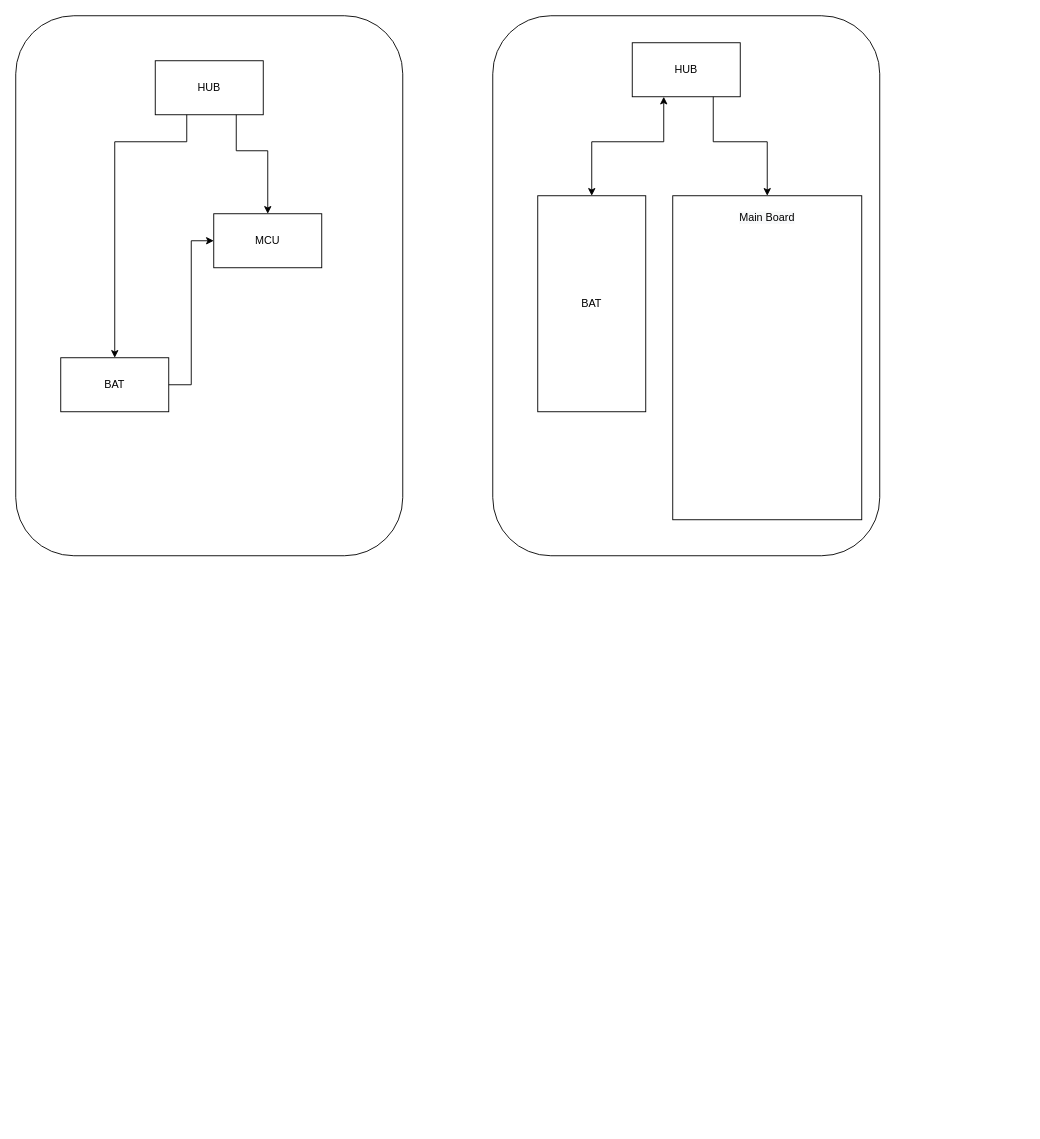
Above: MMKeyboard.drawio in XiaoLiuAI/diagrams (draw.io), before the change. Source tidied: cells renumbered, new cells numbered last; positions are measured from the earlier drawing's top-left corner, leaving out a move shared by most shapes. Both pictures are drawn from the tidied source at 90%, with x=0, y=0 at pixel (15, 15).
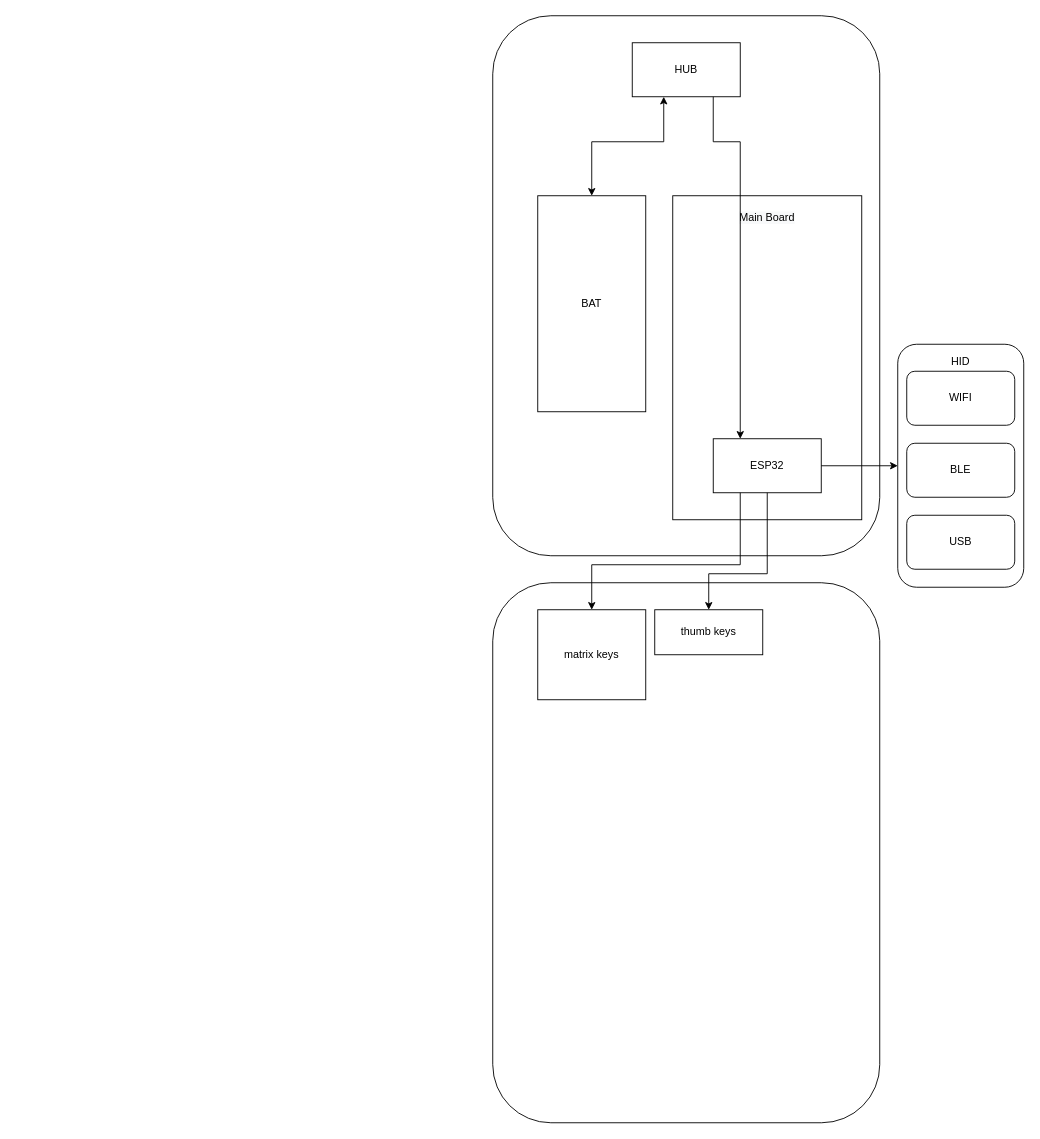
After the change.

Unchanged cells that the change refers to:
```xml
<mxCell id="11" value="HUB" style="rounded=0;whiteSpace=wrap;html=1;" parent="1" vertex="1">
  <mxGeometry x="685" y="30" width="120" height="60" as="geometry" />
</mxCell>
<mxCell id="14" style="group;" parent="1" vertex="1">
  <mxGeometry x="730" y="200" width="210" height="360" as="geometry" />
</mxCell>
<mxCell id="15" style="rounded=0;whiteSpace=wrap;html=1;" parent="14" vertex="1">
  <mxGeometry width="210" height="360" as="geometry" />
</mxCell>
```

Change to the diagram source:
```diff
@@
-    <mxCell id="2" style="rounded=1;whiteSpace=wrap;html=1;" parent="1" vertex="1">
-      <mxGeometry width="430" height="600" as="geometry" />
-    </mxCell>
-    <mxCell id="3" value="BAT" style="rounded=0;whiteSpace=wrap;html=1;" parent="1" vertex="1">
-      <mxGeometry x="50" y="380" width="120" height="60" as="geometry" />
-    </mxCell>
-    <mxCell id="4" value="HUB" style="rounded=0;whiteSpace=wrap;html=1;" parent="1" vertex="1">
-      <mxGeometry x="155" y="50" width="120" height="60" as="geometry" />
-    </mxCell>
-    <mxCell id="5" value="MCU" style="rounded=0;whiteSpace=wrap;html=1;" parent="1" vertex="1">
-      <mxGeometry x="220" y="220" width="120" height="60" as="geometry" />
-    </mxCell>
-    <mxCell id="6" style="edgeStyle=elbowEdgeStyle;elbow=vertical;endArrow=classic;html=1;rounded=0;" parent="1" edge="1" source="4" target="3">
-      <mxGeometry relative="1" as="geometry">
-        <Array as="points">
-          <mxPoint x="190" y="140" />
-        </Array>
-      </mxGeometry>
-    </mxCell>
-    <mxCell id="7" style="edgeStyle=elbowEdgeStyle;elbow=vertical;endArrow=classic;html=1;rounded=0;exitX=0.75;exitY=1;exitDx=0;exitDy=0;entryX=0.5;entryY=0;entryDx=0;entryDy=0;" parent="1" edge="1" source="4" target="5">
-      <mxGeometry relative="1" as="geometry">
-        <Array as="points">
-          <mxPoint x="200" y="150" />
-        </Array>
-      </mxGeometry>
-    </mxCell>
-    <mxCell id="8" style="edgeStyle=elbowEdgeStyle;elbow=horizontal;endArrow=classic;html=1;rounded=0;" parent="1" edge="1" source="3" target="5">
-      <mxGeometry relative="1" as="geometry" />
-    </mxCell>
@@
-    <mxCell id="13" style="edgeStyle=elbowEdgeStyle;elbow=vertical;endArrow=classic;html=1;rounded=0;exitX=0.75;exitY=1;exitDx=0;exitDy=0;entryX=0.5;entryY=0;entryDx=0;entryDy=0;" parent="1" edge="1" source="11" target="15">
-      <mxGeometry relative="1" as="geometry">
-        <Array as="points">
-          <mxPoint x="790" y="140" />
-        </Array>
-      </mxGeometry>
-    </mxCell>
+    <mxCell id="17" style="rounded=1;whiteSpace=wrap;html=1;" parent="1" vertex="1">
+      <mxGeometry x="530" y="630" width="430" height="600" as="geometry" />
+    </mxCell>
+    <mxCell id="18" value="matrix keys" style="rounded=0;whiteSpace=wrap;html=1;" parent="1" vertex="1">
+      <mxGeometry x="580" y="660" width="120" height="100" as="geometry" />
+    </mxCell>
+    <mxCell id="19" value="thumb keys" style="rounded=0;whiteSpace=wrap;html=1;" parent="1" vertex="1">
+      <mxGeometry x="710" y="660" width="120" height="50" as="geometry" />
+    </mxCell>
@@
+    <mxCell id="20" value="ESP32" style="rounded=0;whiteSpace=wrap;html=1;" parent="14" vertex="1">
+      <mxGeometry x="45" y="270" width="120" height="60" as="geometry" />
+    </mxCell>
+    <mxCell id="13" style="edgeStyle=elbowEdgeStyle;elbow=vertical;endArrow=classic;html=1;rounded=0;exitX=0.75;exitY=1;exitDx=0;exitDy=0;entryX=0.25;entryY=0;entryDx=0;entryDy=0;" parent="1" edge="1" source="11" target="20">
+      <mxGeometry relative="1" as="geometry">
+        <Array as="points">
+          <mxPoint x="790" y="140" />
+        </Array>
+      </mxGeometry>
+    </mxCell>
+    <mxCell id="21" style="edgeStyle=elbowEdgeStyle;elbow=vertical;endArrow=classic;html=1;rounded=0;exitX=0.25;exitY=1;exitDx=0;exitDy=0;entryX=0.5;entryY=0;entryDx=0;entryDy=0;" parent="1" edge="1" source="20" target="18">
+      <mxGeometry relative="1" as="geometry">
+        <Array as="points">
+          <mxPoint x="720" y="610" />
+        </Array>
+      </mxGeometry>
+    </mxCell>
+    <mxCell id="22" style="edgeStyle=elbowEdgeStyle;elbow=vertical;endArrow=classic;html=1;rounded=0;exitX=0.5;exitY=1;exitDx=0;exitDy=0;entryX=0.5;entryY=0;entryDx=0;entryDy=0;" parent="1" edge="1" source="20" target="19">
+      <mxGeometry relative="1" as="geometry">
+        <Array as="points">
+          <mxPoint x="730" y="620" />
+        </Array>
+      </mxGeometry>
+    </mxCell>
+    <mxCell id="23" style="group;" parent="1" vertex="1">
+      <mxGeometry x="980" y="365" width="140" height="270" as="geometry" />
+    </mxCell>
+    <mxCell id="24" style="rounded=1;whiteSpace=wrap;html=1;" parent="23" vertex="1">
+      <mxGeometry width="140" height="270" as="geometry" />
+    </mxCell>
+    <mxCell id="25" value="WIFI" style="rounded=1;whiteSpace=wrap;html=1;" parent="23" vertex="1">
+      <mxGeometry x="10" y="30" width="120" height="60" as="geometry" />
+    </mxCell>
+    <mxCell id="26" value="BLE" style="rounded=1;whiteSpace=wrap;html=1;" parent="23" vertex="1">
+      <mxGeometry x="10" y="110" width="120" height="60" as="geometry" />
+    </mxCell>
+    <mxCell id="27" value="USB" style="rounded=1;whiteSpace=wrap;html=1;" parent="23" vertex="1">
+      <mxGeometry x="10" y="190" width="120" height="60" as="geometry" />
+    </mxCell>
+    <mxCell id="28" value="HID" style="text;html=1;strokeColor=none;fillColor=none;align=center;verticalAlign=middle;whiteSpace=wrap;rounded=0;" parent="23" vertex="1">
+      <mxGeometry x="40" y="5" width="60" height="30" as="geometry" />
+    </mxCell>
+    <mxCell id="29" style="endArrow=classic;html=1;rounded=0;exitX=1;exitY=0.5;exitDx=0;exitDy=0;entryX=0;entryY=0.5;entryDx=0;entryDy=0;" parent="1" edge="1" source="20" target="24">
+      <mxGeometry relative="1" as="geometry" />
+    </mxCell>
```
